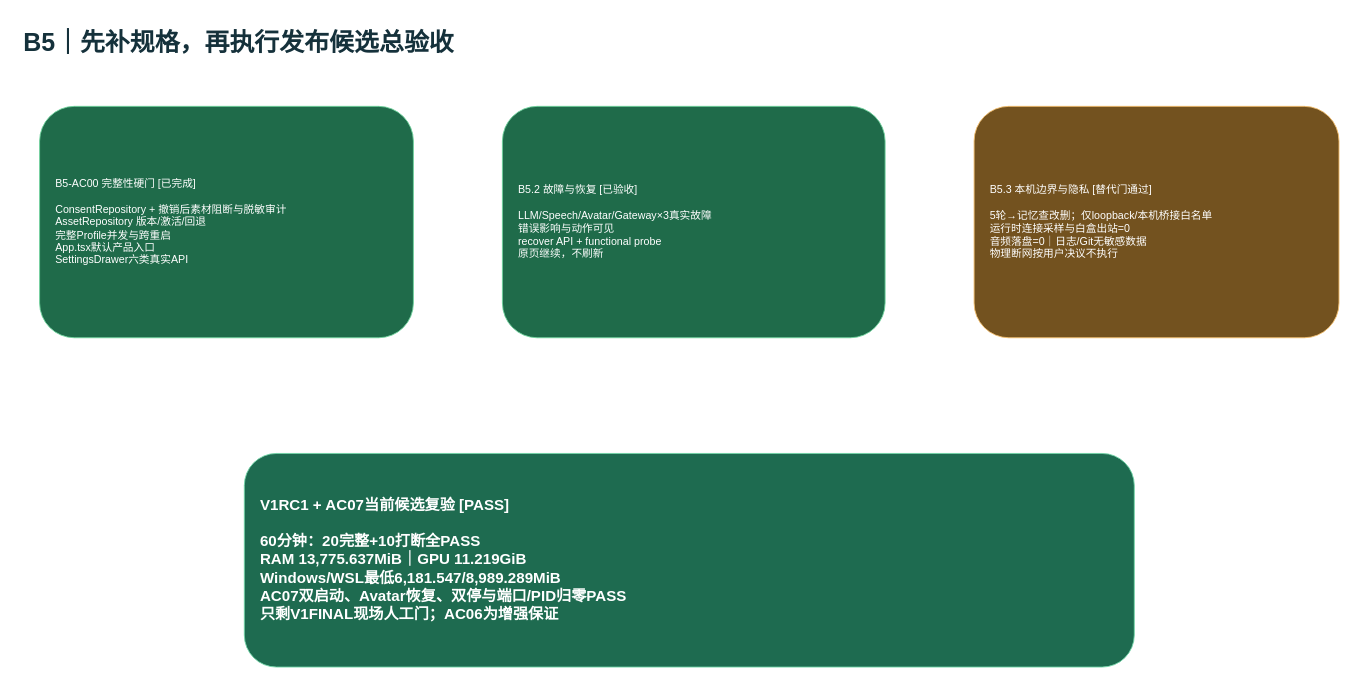
ljx418/cyberWife keeps this draw.io diagram as page "06-B5发布与故障恢复" (6 of 8) of docs/cyberWife-b3-b5-delivery-gap.drawio. Above is the earlier version. Source tidied: cells renumbered, new cells numbered last; positions are measured from the earlier drawing's top-left corner, leaving out a move shared by most shapes. Both pictures are drawn from the tidied source at 89%, with x=0, y=0 at pixel (21, 21).
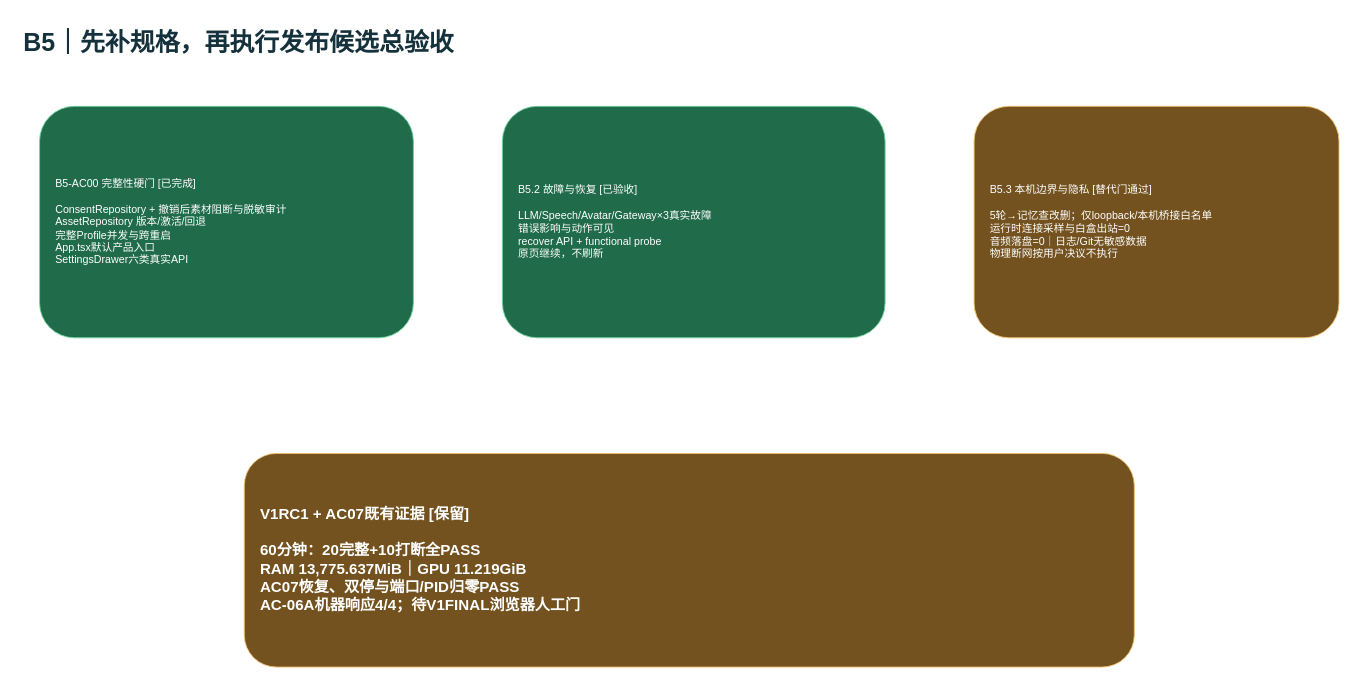
The same diagram, later.

What changed in the source:
```diff
@@
 <mxGraphModel>
   <root>
     <mxCell id="0" />
     <mxCell id="1" parent="0" />
     <mxCell id="2" value="B5｜先补规格，再执行发布候选总验收" style="text;html=1;fontSize=28;fontStyle=1;fontColor=#15313B;" parent="1" vertex="1">
       <mxGeometry width="1200" height="50" as="geometry" />
     </mxCell>
     <mxCell id="3" value="B5-AC00 完整性硬门 [已完成]&#10;&#10;ConsentRepository + 撤销后素材阻断与脱敏审计&#10;AssetRepository 版本/激活/回退&#10;完整Profile并发与跨重启&#10;App.tsx默认产品入口&#10;SettingsDrawer六类真实API" style="rounded=1;html=1;whiteSpace=wrap;fillColor=#1F6B4A;strokeColor=#6ED39C;fontColor=#FFFFFF;align=left;spacing=18;" parent="1" vertex="1">
       <mxGeometry x="20" y="95" width="420" height="260" as="geometry" />
     </mxCell>
     <mxCell id="4" value="B5.2 故障与恢复 [已验收]&#10;&#10;LLM/Speech/Avatar/Gateway×3真实故障&#10;错误影响与动作可见&#10;recover API + functional probe&#10;原页继续，不刷新" style="rounded=1;html=1;whiteSpace=wrap;fillColor=#1F6B4A;strokeColor=#6ED39C;fontColor=#FFFFFF;align=left;spacing=18;" parent="1" vertex="1">
       <mxGeometry x="540" y="95" width="430" height="260" as="geometry" />
     </mxCell>
     <mxCell id="5" value="B5.3 本机边界与隐私 [替代门通过]&#10;&#10;5轮→记忆查改删；仅loopback/本机桥接白名单&#10;运行时连接采样与白盒出站=0&#10;音频落盘=0｜日志/Git无敏感数据&#10;物理断网按用户决议不执行" style="rounded=1;html=1;whiteSpace=wrap;fillColor=#73521F;strokeColor=#F2BD6B;fontColor=#FFFFFF;align=left;spacing=18;" parent="1" vertex="1">
       <mxGeometry x="1070" y="95" width="410" height="260" as="geometry" />
     </mxCell>
-    <mxCell id="6" value="V1RC1 + AC07当前候选复验 [PASS]&#10;&#10;60分钟：20完整+10打断全PASS&#10;RAM 13,775.637MiB｜GPU 11.219GiB&#10;Windows/WSL最低6,181.547/8,989.289MiB&#10;AC07双启动、Avatar恢复、双停与端口/PID归零PASS&#10;只剩V1FINAL现场人工门；AC06为增强保证" style="rounded=1;html=1;whiteSpace=wrap;fillColor=#1E6B50;strokeColor=#70D6A7;fontColor=#FFFFFF;align=left;spacing=18;fontSize=17;fontStyle=1;" parent="1" vertex="1">
+    <mxCell id="6" value="V1RC1 + AC07既有证据 [保留]&#10;&#10;60分钟：20完整+10打断全PASS&#10;RAM 13,775.637MiB｜GPU 11.219GiB&#10;AC07恢复、双停与端口/PID归零PASS&#10;AC-06A机器响应4/4；待V1FINAL浏览器人工门" style="rounded=1;html=1;whiteSpace=wrap;fillColor=#73521F;strokeColor=#F2BD6B;fontColor=#FFFFFF;align=left;spacing=18;fontSize=17;fontStyle=1;" parent="1" vertex="1">
       <mxGeometry x="250" y="485" width="1000" height="240" as="geometry" />
     </mxCell>
     <mxCell id="7" style="edgeStyle=orthogonalEdgeStyle;strokeColor=#8AA0A9;endArrow=block;" parent="1" edge="1" source="3" target="4" />
     <mxCell id="8" style="edgeStyle=orthogonalEdgeStyle;strokeColor=#8AA0A9;endArrow=block;" parent="1" edge="1" source="4" target="5" />
     <mxCell id="9" style="edgeStyle=orthogonalEdgeStyle;strokeColor=#8AA0A9;endArrow=block;" parent="1" edge="1" source="5" target="6" />
   </root>
 </mxGraphModel>
```
